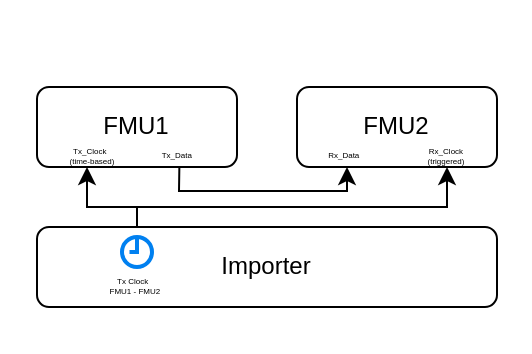
The draw.io diagram docs/images/low_cut_time_based_port_connection.drawio in modelica/fmi-ls-bus, before the edit. Source tidied: cells renumbered, new cells numbered last; positions are measured from the earlier drawing's top-left corner, leaving out a move shared by most shapes. Both pictures are drawn from the tidied source at 200%, with x=0, y=0 at pixel (36, 86).
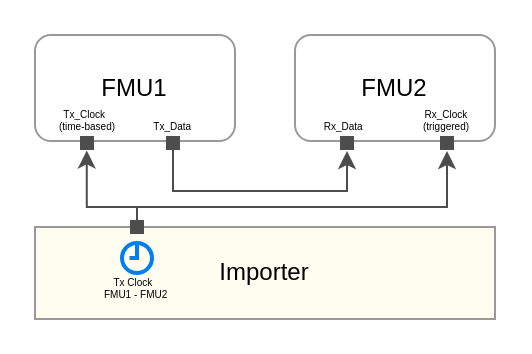
The same diagram, later.

Commit message (it also covers changes not shown here):
Beautify figure 9

What changed in the source:
```diff
@@
-    <mxCell id="2" value="Importer" style="rounded=1;whiteSpace=wrap;html=1;" parent="1" vertex="1">
-      <mxGeometry y="70" width="230" height="40" as="geometry" />
-    </mxCell>
-    <mxCell id="3" value="FMU1" style="rounded=1;whiteSpace=wrap;html=1;" parent="1" vertex="1">
-      <mxGeometry width="100" height="40" as="geometry" />
+    <mxCell id="3" value="FMU1" style="rounded=1;whiteSpace=wrap;html=1;strokeColor=#999999;fontStyle=0;" parent="1" vertex="1">
+      <mxGeometry x="-1" y="-26" width="100" height="53" as="geometry" />
     </mxCell>
-    <mxCell id="4" value="FMU2" style="rounded=1;whiteSpace=wrap;html=1;" parent="1" vertex="1">
-      <mxGeometry x="130" width="100" height="40" as="geometry" />
+    <mxCell id="4" value="FMU2" style="rounded=1;whiteSpace=wrap;html=1;strokeColor=#999999;" parent="1" vertex="1">
+      <mxGeometry x="129" y="-26" width="100" height="53" as="geometry" />
     </mxCell>
-    <mxCell id="5" style="edgeStyle=orthogonalEdgeStyle;rounded=0;jettySize=auto;html=1;" parent="1" edge="1" source="2">
+    <mxCell id="5" style="edgeStyle=orthogonalEdgeStyle;rounded=0;jettySize=auto;html=1;entryX=0.479;entryY=1.123;entryDx=0;entryDy=0;entryPerimeter=0;strokeColor=#4D4D4D;" parent="1" edge="1" source="2" target="15">
       <mxGeometry relative="1" as="geometry">
-        <mxPoint x="25" y="40" as="targetPoint" />
         <Array as="points">
           <mxPoint x="50" y="60" />
           <mxPoint x="25" y="60" />
         </Array>
       </mxGeometry>
     </mxCell>
-    <mxCell id="6" value="Tx_Clock&amp;nbsp;&amp;nbsp;&lt;br&gt;(time-based)" style="text;html=1;strokeColor=none;fillColor=none;align=center;verticalAlign=middle;whiteSpace=wrap;rounded=0;fontSize=4;" parent="1" vertex="1">
-      <mxGeometry x="12.5" y="30" width="30" height="10" as="geometry" />
+    <mxCell id="6" value="Tx_Clock&amp;nbsp;&amp;nbsp;&lt;br style=&quot;font-size: 5px;&quot;&gt;(time-based)" style="text;html=1;strokeColor=none;fillColor=none;align=center;verticalAlign=middle;whiteSpace=wrap;rounded=0;fontSize=5;" parent="1" vertex="1">
+      <mxGeometry x="8.8" y="11" width="32.5" height="10" as="geometry" />
     </mxCell>
-    <mxCell id="7" value="Rx_Clock&lt;br&gt;(triggered)" style="text;html=1;strokeColor=none;fillColor=none;align=center;verticalAlign=middle;whiteSpace=wrap;rounded=0;fontSize=4;" parent="1" vertex="1">
-      <mxGeometry x="190" y="30" width="30" height="10" as="geometry" />
+    <mxCell id="7" value="Rx_Clock&lt;br style=&quot;font-size: 5px;&quot;&gt;(triggered)" style="text;html=1;strokeColor=none;fillColor=none;align=center;verticalAlign=middle;whiteSpace=wrap;rounded=0;fontSize=5;" parent="1" vertex="1">
+      <mxGeometry x="190" y="11" width="30" height="10" as="geometry" />
     </mxCell>
-    <mxCell id="8" value="Tx Clock&amp;nbsp; &amp;nbsp;&lt;br&gt;FMU1 - FMU2&amp;nbsp;" style="text;html=1;strokeColor=none;fillColor=none;align=center;verticalAlign=middle;whiteSpace=wrap;rounded=0;fontSize=4;rotation=0;" parent="1" vertex="1">
-      <mxGeometry x="35" y="95" width="30" height="10" as="geometry" />
-    </mxCell>
-    <mxCell id="9" style="html=1;verticalLabelPosition=bottom;align=center;labelBackgroundColor=#ffffff;verticalAlign=top;strokeWidth=2;strokeColor=#0080F0;shadow=0;dashed=0;shape=mxgraph.ios7.icons.clock;" parent="1" vertex="1">
-      <mxGeometry x="42.5" y="75" width="15" height="15" as="geometry" />
-    </mxCell>
-    <mxCell id="10" style="endArrow=classic;html=1;rounded=0;entryX=0.5;entryY=1;entryDx=0;entryDy=0;" parent="1" edge="1" target="7">
+    <mxCell id="10" style="endArrow=classic;html=1;rounded=0;strokeColor=#4D4D4D;" parent="1" edge="1">
       <mxGeometry relative="1" as="geometry">
         <mxPoint x="50" y="60" as="sourcePoint" />
+        <mxPoint x="205" y="32" as="targetPoint" />
         <Array as="points">
           <mxPoint x="205" y="60" />
         </Array>
       </mxGeometry>
     </mxCell>
-    <mxCell id="11" value="Tx_Data&amp;nbsp;&amp;nbsp;" style="text;html=1;strokeColor=none;fillColor=none;align=center;verticalAlign=middle;whiteSpace=wrap;rounded=0;fontSize=4;" parent="1" vertex="1">
-      <mxGeometry x="60" y="30" width="22.5" height="10" as="geometry" />
+    <mxCell id="11" value="Tx_Data&amp;nbsp;&amp;nbsp;" style="text;html=1;strokeColor=none;fillColor=none;align=center;verticalAlign=middle;whiteSpace=wrap;rounded=0;fontSize=5;" parent="1" vertex="1">
+      <mxGeometry x="57.5" y="14" width="22.5" height="10" as="geometry" />
     </mxCell>
-    <mxCell id="12" value="Rx_Data&amp;nbsp;&amp;nbsp;" style="text;html=1;strokeColor=none;fillColor=none;align=center;verticalAlign=middle;whiteSpace=wrap;rounded=0;fontSize=4;" parent="1" vertex="1">
-      <mxGeometry x="140" y="30" width="30" height="10" as="geometry" />
+    <mxCell id="12" value="Rx_Data&amp;nbsp;&amp;nbsp;" style="text;html=1;strokeColor=none;fillColor=none;align=center;verticalAlign=middle;whiteSpace=wrap;rounded=0;fontSize=5;" parent="1" vertex="1">
+      <mxGeometry x="140" y="14" width="30" height="10" as="geometry" />
     </mxCell>
-    <mxCell id="13" style="endArrow=classic;html=1;rounded=0;entryX=0.5;entryY=1;entryDx=0;entryDy=0;" parent="1" edge="1" source="11" target="12">
+    <mxCell id="13" style="endArrow=classic;html=1;rounded=0;exitX=0.5;exitY=1;exitDx=0;exitDy=0;strokeColor=#4D4D4D;" parent="1" edge="1" source="14">
       <mxGeometry relative="1" as="geometry">
+        <mxPoint x="155" y="32" as="targetPoint" />
         <Array as="points">
-          <mxPoint x="71" y="52" />
+          <mxPoint x="68" y="52" />
           <mxPoint x="113" y="52" />
           <mxPoint x="155" y="52" />
         </Array>
       </mxGeometry>
     </mxCell>
+    <mxCell id="14" style="rounded=0;whiteSpace=wrap;html=1;fillColor=#4D4D4D;strokeColor=#4D4D4D;" parent="1" vertex="1">
+      <mxGeometry x="65" y="25" width="6" height="6" as="geometry" />
+    </mxCell>
+    <mxCell id="15" style="rounded=0;whiteSpace=wrap;html=1;fillColor=#4D4D4D;strokeColor=#4D4D4D;" parent="1" vertex="1">
+      <mxGeometry x="22" y="25" width="6" height="6" as="geometry" />
+    </mxCell>
+    <mxCell id="16" style="rounded=0;whiteSpace=wrap;html=1;fillColor=#4D4D4D;strokeColor=#4D4D4D;" parent="1" vertex="1">
+      <mxGeometry x="152" y="25" width="6" height="6" as="geometry" />
+    </mxCell>
+    <mxCell id="17" style="rounded=0;whiteSpace=wrap;html=1;fillColor=#4D4D4D;strokeColor=#4D4D4D;" parent="1" vertex="1">
+      <mxGeometry x="202" y="25" width="6" height="6" as="geometry" />
+    </mxCell>
+    <mxCell id="2" value="Importer" style="rounded=0;whiteSpace=wrap;html=1;fillColor=#FFFCF0;strokeColor=#999999;" parent="1" vertex="1">
+      <mxGeometry x="-1" y="70" width="230" height="46" as="geometry" />
+    </mxCell>
+    <mxCell id="8" value="Tx Clock&amp;nbsp; &amp;nbsp;&lt;br style=&quot;font-size: 5px;&quot;&gt;FMU1 - FMU2&amp;nbsp;" style="text;html=1;strokeColor=none;fillColor=none;align=center;verticalAlign=middle;whiteSpace=wrap;rounded=0;fontSize=5;rotation=0;" parent="1" vertex="1">
+      <mxGeometry x="30.5" y="95" width="39" height="10" as="geometry" />
+    </mxCell>
+    <mxCell id="9" style="html=1;verticalLabelPosition=bottom;align=center;labelBackgroundColor=#ffffff;verticalAlign=top;strokeWidth=2;strokeColor=#0080F0;shadow=0;dashed=0;shape=mxgraph.ios7.icons.clock;fillColor=#FFFCF0;" parent="1" vertex="1">
+      <mxGeometry x="42.5" y="78" width="15" height="15" as="geometry" />
+    </mxCell>
+    <mxCell id="18" style="rounded=0;whiteSpace=wrap;html=1;fillColor=#4D4D4D;strokeColor=#4D4D4D;" parent="1" vertex="1">
+      <mxGeometry x="47" y="67" width="6" height="6" as="geometry" />
+    </mxCell>
```
